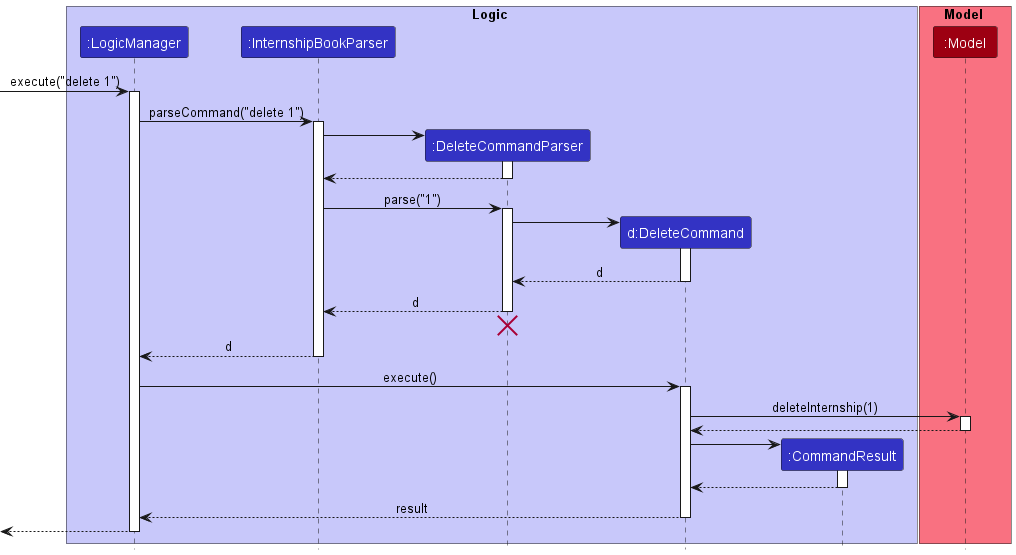
nus-cs2103-AY2223S1/tp keeps this PlantUML diagram as docs/images/DeleteSequenceDiagram.png. Above is the earlier version. Its diagram source:
```plantuml
@startuml
!include style.puml

box Logic LOGIC_COLOR_T1
participant ":LogicManager" as LogicManager LOGIC_COLOR
participant ":InternshipBookParser" as InternshipBookParser LOGIC_COLOR
participant ":DeleteCommandParser" as DeleteCommandParser LOGIC_COLOR
participant "d:DeleteCommand" as DeleteCommand LOGIC_COLOR
participant ":CommandResult" as CommandResult LOGIC_COLOR
end box

box Model MODEL_COLOR_T1
participant ":Model" as Model MODEL_COLOR
end box

[-> LogicManager : execute("delete 1")
activate LogicManager

LogicManager -> InternshipBookParser : parseCommand("delete 1")
activate InternshipBookParser

create DeleteCommandParser
InternshipBookParser -> DeleteCommandParser
activate DeleteCommandParser

DeleteCommandParser --> InternshipBookParser
deactivate DeleteCommandParser

InternshipBookParser -> DeleteCommandParser : parse("1")
activate DeleteCommandParser

create DeleteCommand
DeleteCommandParser -> DeleteCommand
activate DeleteCommand

DeleteCommand --> DeleteCommandParser : d
deactivate DeleteCommand

DeleteCommandParser --> InternshipBookParser : d
deactivate DeleteCommandParser
DeleteCommandParser -[hidden]-> InternshipBookParser
destroy DeleteCommandParser

InternshipBookParser --> LogicManager : d
deactivate InternshipBookParser

LogicManager -> DeleteCommand : execute()
activate DeleteCommand

DeleteCommand -> Model : deleteInternship(1)
activate Model

Model --> DeleteCommand
deactivate Model

create CommandResult
DeleteCommand -> CommandResult
activate CommandResult

CommandResult --> DeleteCommand
deactivate CommandResult

DeleteCommand --> LogicManager : result
deactivate DeleteCommand

[<--LogicManager
deactivate LogicManager
@enduml
```
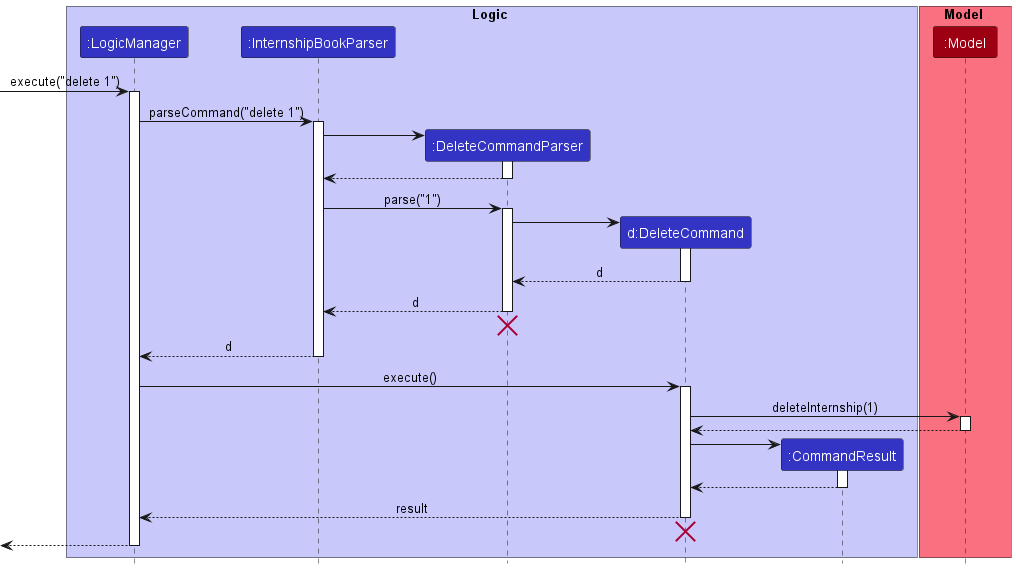
The same file after the commit.

What changed in the source:
```diff
@@ -63,6 +63,8 @@
 DeleteCommand --> LogicManager : result
 deactivate DeleteCommand
 
+DeleteCommand -[hidden]-> LogicManager
+destroy DeleteCommand
 [<--LogicManager
 deactivate LogicManager
 @enduml
```
